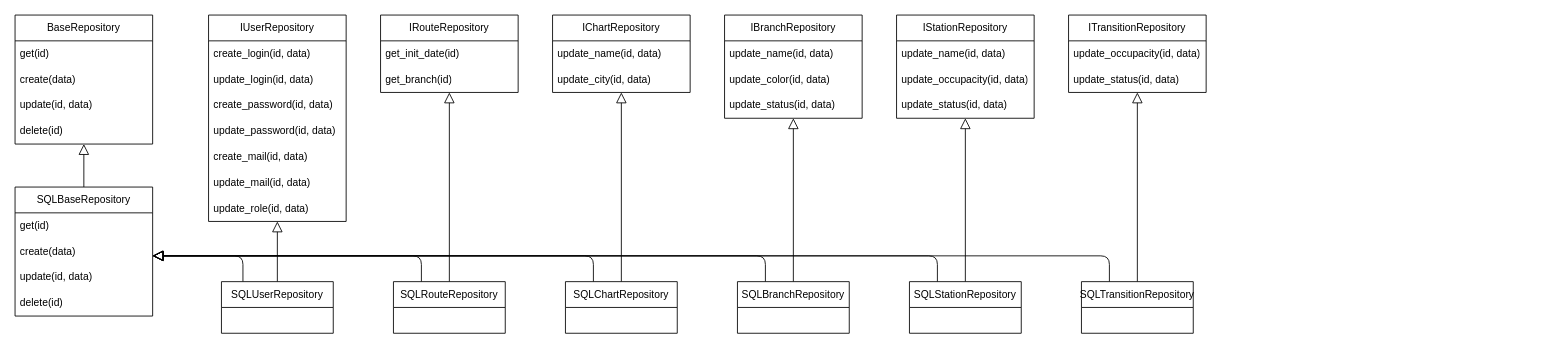
Mihyich/PPO keeps this draw.io diagram as charts/UML_DataAccess.drawio. Above is the earlier version. Source tidied: cells renumbered, new cells numbered last; positions are measured from the earlier drawing's top-left corner, leaving out a move shared by most shapes. Both pictures are drawn from the tidied source at 86%, with x=0, y=0 at pixel (15, 15).
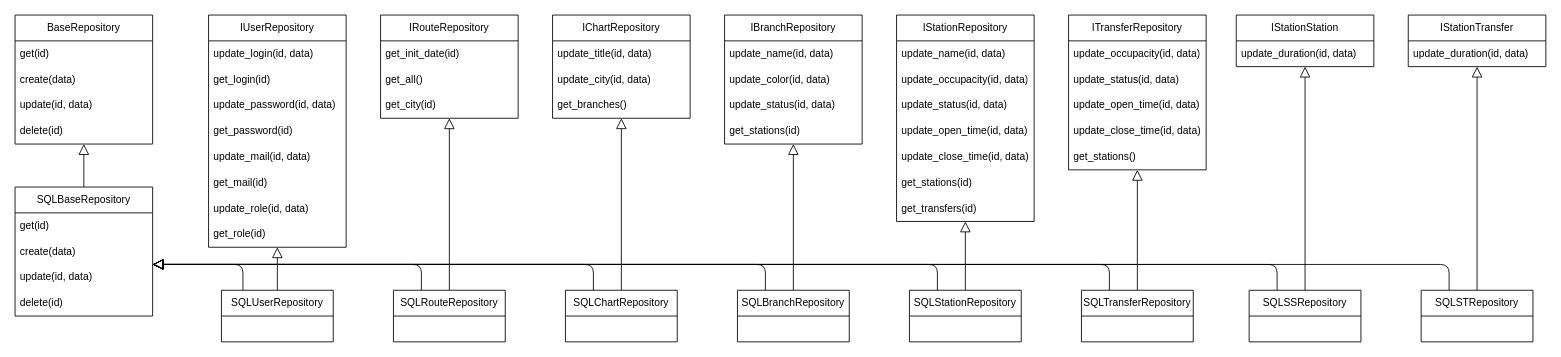
The same page after the edit.

Commit message:
Создана UML даиграмма классов доступа к БД

Unchanged cells that the change refers to:
```xml
<mxCell id="3" value="SQLBaseRepository" style="swimlane;fontStyle=0;horizontal=1;startSize=30;whiteSpace=wrap;html=1;" parent="1" vertex="1">
  <mxGeometry y="200" width="160" height="150" as="geometry" />
</mxCell>
<mxCell id="15" value="update_role(id, data)" style="text;strokeColor=none;fillColor=none;align=left;verticalAlign=middle;spacingLeft=4;spacingRight=4;overflow=hidden;points=[[0,0.5],[1,0.5]];portConstraint=eastwest;whiteSpace=wrap;html=1;" parent="8" vertex="1">
  <mxGeometry y="210" width="160" height="30" as="geometry" />
</mxCell>
<mxCell id="21" value="update_city(id, data)" style="text;strokeColor=none;fillColor=none;align=left;verticalAlign=middle;spacingLeft=4;spacingRight=4;overflow=hidden;points=[[0,0.5],[1,0.5]];portConstraint=eastwest;whiteSpace=wrap;html=1;" parent="19" vertex="1">
  <mxGeometry y="60" width="160" height="30" as="geometry" />
</mxCell>
<mxCell id="25" value="update_status(id, data)" style="text;strokeColor=none;fillColor=none;align=left;verticalAlign=middle;spacingLeft=4;spacingRight=4;overflow=hidden;points=[[0,0.5],[1,0.5]];portConstraint=eastwest;whiteSpace=wrap;html=1;" parent="22" vertex="1">
  <mxGeometry y="90" width="160" height="30" as="geometry" />
</mxCell>
<mxCell id="29" value="update_status(id, data)" style="text;strokeColor=none;fillColor=none;align=left;verticalAlign=middle;spacingLeft=4;spacingRight=4;overflow=hidden;points=[[0,0.5],[1,0.5]];portConstraint=eastwest;whiteSpace=wrap;html=1;" parent="26" vertex="1">
  <mxGeometry y="90" width="160" height="30" as="geometry" />
</mxCell>
<mxCell id="32" value="update_status(id, data)" style="text;strokeColor=none;fillColor=none;align=left;verticalAlign=middle;spacingLeft=4;spacingRight=4;overflow=hidden;points=[[0,0.5],[1,0.5]];portConstraint=eastwest;whiteSpace=wrap;html=1;" parent="30" vertex="1">
  <mxGeometry y="60" width="160" height="30" as="geometry" />
</mxCell>
```

What changed in the source:
```diff
@@
     <mxCell id="8" value="IUserRepository" style="swimlane;fontStyle=0;horizontal=1;startSize=30;whiteSpace=wrap;html=1;" parent="1" vertex="1">
-      <mxGeometry x="225" width="160" height="240" as="geometry" />
+      <mxGeometry x="225" width="160" height="270" as="geometry" />
     </mxCell>
-    <mxCell id="9" value="create_login(id, data)" style="text;strokeColor=none;fillColor=none;align=left;verticalAlign=middle;spacingLeft=4;spacingRight=4;overflow=hidden;whiteSpace=wrap;html=1;" parent="8" vertex="1">
-      <mxGeometry y="30" width="160" height="30" as="geometry" />
-    </mxCell>
     <mxCell id="10" value="update_login(id, data)" style="text;strokeColor=none;fillColor=none;align=left;verticalAlign=middle;spacingLeft=4;spacingRight=4;overflow=hidden;whiteSpace=wrap;html=1;" parent="8" vertex="1">
-      <mxGeometry y="60" width="160" height="30" as="geometry" />
+      <mxGeometry y="30" width="160" height="30" as="geometry" />
     </mxCell>
-    <mxCell id="11" value="create_password(id, data)" style="text;strokeColor=none;fillColor=none;align=left;verticalAlign=middle;spacingLeft=4;spacingRight=4;overflow=hidden;whiteSpace=wrap;html=1;" parent="8" vertex="1">
-      <mxGeometry y="90" width="160" height="30" as="geometry" />
-    </mxCell>
+    <mxCell id="56" value="get_login(id)" style="text;strokeColor=none;fillColor=none;align=left;verticalAlign=middle;spacingLeft=4;spacingRight=4;overflow=hidden;whiteSpace=wrap;html=1;" parent="8" vertex="1">
+      <mxGeometry y="60" width="160" height="30" as="geometry" />
+    </mxCell>
     <mxCell id="12" value="update_password(id, data)" style="text;strokeColor=none;fillColor=none;align=left;verticalAlign=middle;spacingLeft=4;spacingRight=4;overflow=hidden;whiteSpace=wrap;html=1;" parent="8" vertex="1">
-      <mxGeometry y="120" width="160" height="30" as="geometry" />
+      <mxGeometry y="90" width="160" height="30" as="geometry" />
     </mxCell>
-    <mxCell id="13" value="create_mail(id, data)" style="text;strokeColor=none;fillColor=none;align=left;verticalAlign=middle;spacingLeft=4;spacingRight=4;overflow=hidden;whiteSpace=wrap;html=1;" parent="8" vertex="1">
-      <mxGeometry y="150" width="160" height="30" as="geometry" />
-    </mxCell>
+    <mxCell id="57" value="get_password(id)" style="text;strokeColor=none;fillColor=none;align=left;verticalAlign=middle;spacingLeft=4;spacingRight=4;overflow=hidden;whiteSpace=wrap;html=1;" parent="8" vertex="1">
+      <mxGeometry y="120" width="160" height="30" as="geometry" />
+    </mxCell>
     <mxCell id="14" value="update_mail(id, data)" style="text;strokeColor=none;fillColor=none;align=left;verticalAlign=middle;spacingLeft=4;spacingRight=4;overflow=hidden;whiteSpace=wrap;html=1;" parent="8" vertex="1">
-      <mxGeometry y="180" width="160" height="30" as="geometry" />
+      <mxGeometry y="150" width="160" height="30" as="geometry" />
     </mxCell>
+    <mxCell id="58" value="get_mail(id)" style="text;strokeColor=none;fillColor=none;align=left;verticalAlign=middle;spacingLeft=4;spacingRight=4;overflow=hidden;whiteSpace=wrap;html=1;" parent="8" vertex="1">
+      <mxGeometry y="180" width="160" height="30" as="geometry" />
+    </mxCell>
@@
+    <mxCell id="59" value="get_role(id)" style="text;strokeColor=none;fillColor=none;align=left;verticalAlign=middle;spacingLeft=4;spacingRight=4;overflow=hidden;whiteSpace=wrap;html=1;" parent="8" vertex="1">
+      <mxGeometry y="240" width="160" height="30" as="geometry" />
+    </mxCell>
     <mxCell id="16" value="IRouteRepository" style="swimlane;fontStyle=0;horizontal=1;startSize=30;whiteSpace=wrap;html=1;" parent="1" vertex="1">
-      <mxGeometry x="425" width="160" height="90" as="geometry" />
+      <mxGeometry x="425" width="160" height="120" as="geometry" />
     </mxCell>
@@
-    <mxCell id="18" value="get_branch(id)" style="text;strokeColor=none;fillColor=none;align=left;verticalAlign=middle;spacingLeft=4;spacingRight=4;overflow=hidden;points=[[0,0.5],[1,0.5]];portConstraint=eastwest;whiteSpace=wrap;html=1;" parent="16" vertex="1">
+    <mxCell id="18" value="get_all()" style="text;strokeColor=none;fillColor=none;align=left;verticalAlign=middle;spacingLeft=4;spacingRight=4;overflow=hidden;points=[[0,0.5],[1,0.5]];portConstraint=eastwest;whiteSpace=wrap;html=1;" parent="16" vertex="1">
       <mxGeometry y="60" width="160" height="30" as="geometry" />
     </mxCell>
+    <mxCell id="60" value="get_city(id)" style="text;strokeColor=none;fillColor=none;align=left;verticalAlign=middle;spacingLeft=4;spacingRight=4;overflow=hidden;whiteSpace=wrap;html=1;" parent="16" vertex="1">
+      <mxGeometry y="90" width="160" height="30" as="geometry" />
+    </mxCell>
     <mxCell id="19" value="IChartRepository" style="swimlane;fontStyle=0;horizontal=1;startSize=30;whiteSpace=wrap;html=1;" parent="1" vertex="1">
-      <mxGeometry x="625" width="160" height="90" as="geometry" />
+      <mxGeometry x="625" width="160" height="120" as="geometry" />
     </mxCell>
-    <mxCell id="20" value="update_name(id, data)" style="text;strokeColor=none;fillColor=none;align=left;verticalAlign=middle;spacingLeft=4;spacingRight=4;overflow=hidden;whiteSpace=wrap;html=1;" parent="19" vertex="1">
+    <mxCell id="20" value="update_title(id, data)" style="text;strokeColor=none;fillColor=none;align=left;verticalAlign=middle;spacingLeft=4;spacingRight=4;overflow=hidden;whiteSpace=wrap;html=1;" parent="19" vertex="1">
       <mxGeometry y="30" width="160" height="30" as="geometry" />
     </mxCell>
@@
+    <mxCell id="61" value="get_branches()" style="text;strokeColor=none;fillColor=none;align=left;verticalAlign=middle;spacingLeft=4;spacingRight=4;overflow=hidden;whiteSpace=wrap;html=1;" parent="19" vertex="1">
+      <mxGeometry y="90" width="160" height="30" as="geometry" />
+    </mxCell>
     <mxCell id="22" value="IBranchRepository" style="swimlane;fontStyle=0;horizontal=1;startSize=30;whiteSpace=wrap;html=1;" parent="1" vertex="1">
-      <mxGeometry x="825" width="160" height="120" as="geometry" />
+      <mxGeometry x="825" width="160" height="150" as="geometry" />
     </mxCell>
@@
+    <mxCell id="62" value="get_stations(id)" style="text;strokeColor=none;fillColor=none;align=left;verticalAlign=middle;spacingLeft=4;spacingRight=4;overflow=hidden;whiteSpace=wrap;html=1;" parent="22" vertex="1">
+      <mxGeometry y="120" width="160" height="30" as="geometry" />
+    </mxCell>
     <mxCell id="26" value="IStationRepository" style="swimlane;fontStyle=0;horizontal=1;startSize=30;whiteSpace=wrap;html=1;" parent="1" vertex="1">
-      <mxGeometry x="1025" width="160" height="120" as="geometry" />
+      <mxGeometry x="1025" width="160" height="240" as="geometry" />
     </mxCell>
@@
+    <mxCell id="63" value="update_open_time(id, data)" style="text;strokeColor=none;fillColor=none;align=left;verticalAlign=middle;spacingLeft=4;spacingRight=4;overflow=hidden;whiteSpace=wrap;html=1;" parent="26" vertex="1">
+      <mxGeometry y="120" width="160" height="30" as="geometry" />
+    </mxCell>
+    <mxCell id="64" value="update_close_time(id, data)" style="text;strokeColor=none;fillColor=none;align=left;verticalAlign=middle;spacingLeft=4;spacingRight=4;overflow=hidden;whiteSpace=wrap;html=1;" parent="26" vertex="1">
+      <mxGeometry y="150" width="160" height="30" as="geometry" />
+    </mxCell>
+    <mxCell id="65" value="get_stations(id)" style="text;strokeColor=none;fillColor=none;align=left;verticalAlign=middle;spacingLeft=4;spacingRight=4;overflow=hidden;whiteSpace=wrap;html=1;" parent="26" vertex="1">
+      <mxGeometry y="180" width="160" height="30" as="geometry" />
+    </mxCell>
+    <mxCell id="66" value="get_transfers(id)" style="text;strokeColor=none;fillColor=none;align=left;verticalAlign=middle;spacingLeft=4;spacingRight=4;overflow=hidden;whiteSpace=wrap;html=1;" parent="26" vertex="1">
+      <mxGeometry y="210" width="160" height="30" as="geometry" />
+    </mxCell>
-    <mxCell id="30" value="ITransitionRepository" style="swimlane;fontStyle=0;horizontal=1;startSize=30;whiteSpace=wrap;html=1;" parent="1" vertex="1">
-      <mxGeometry x="1225" width="160" height="90" as="geometry" />
+    <mxCell id="30" value="ITransferRepository" style="swimlane;fontStyle=0;horizontal=1;startSize=30;whiteSpace=wrap;html=1;" parent="1" vertex="1">
+      <mxGeometry x="1225" width="160" height="180" as="geometry" />
     </mxCell>
@@
+    <mxCell id="67" value="&lt;span style=&quot;color: rgb(0, 0, 0); font-family: Helvetica; font-size: 12px; font-style: normal; font-variant-ligatures: normal; font-variant-caps: normal; font-weight: 400; letter-spacing: normal; orphans: 2; text-align: left; text-indent: 0px; text-transform: none; widows: 2; word-spacing: 0px; -webkit-text-stroke-width: 0px; white-space: normal; background-color: rgb(251, 251, 251); text-decoration-thickness: initial; text-decoration-style: initial; text-decoration-color: initial; display: inline !important; float: none;&quot;&gt;update_open_time(id, data)&lt;/span&gt;" style="text;strokeColor=none;fillColor=none;align=left;verticalAlign=middle;spacingLeft=4;spacingRight=4;overflow=hidden;whiteSpace=wrap;html=1;" parent="30" vertex="1">
+      <mxGeometry y="90" width="160" height="30" as="geometry" />
+    </mxCell>
+    <mxCell id="68" value="&lt;span style=&quot;color: rgb(0, 0, 0); font-family: Helvetica; font-size: 12px; font-style: normal; font-variant-ligatures: normal; font-variant-caps: normal; font-weight: 400; letter-spacing: normal; orphans: 2; text-align: left; text-indent: 0px; text-transform: none; widows: 2; word-spacing: 0px; -webkit-text-stroke-width: 0px; white-space: normal; background-color: rgb(251, 251, 251); text-decoration-thickness: initial; text-decoration-style: initial; text-decoration-color: initial; display: inline !important; float: none;&quot;&gt;update_close_time(id, data)&lt;/span&gt;" style="text;strokeColor=none;fillColor=none;align=left;verticalAlign=middle;spacingLeft=4;spacingRight=4;overflow=hidden;whiteSpace=wrap;html=1;" parent="30" vertex="1">
+      <mxGeometry y="120" width="160" height="30" as="geometry" />
+    </mxCell>
+    <mxCell id="69" value="get_stations()" style="text;strokeColor=none;fillColor=none;align=left;verticalAlign=middle;spacingLeft=4;spacingRight=4;overflow=hidden;whiteSpace=wrap;html=1;" parent="30" vertex="1">
+      <mxGeometry y="150" width="160" height="30" as="geometry" />
+    </mxCell>
-    <mxCell id="33" style="edgeStyle=none;html=1;exitX=0.5;exitY=0;exitDx=0;exitDy=0;endArrow=block;endFill=0;endSize=10;" parent="1" edge="1" source="35" target="15">
+    <mxCell id="33" style="edgeStyle=none;html=1;exitX=0.5;exitY=0;exitDx=0;exitDy=0;endArrow=block;endFill=0;endSize=10;" parent="1" edge="1" source="35" target="8">
       <mxGeometry relative="1" as="geometry" />
     </mxCell>
     <mxCell id="34" style="edgeStyle=orthogonalEdgeStyle;html=1;endArrow=block;endFill=0;endSize=10;" parent="1" edge="1">
       <mxGeometry relative="1" as="geometry">
-        <mxPoint x="265" y="310" as="sourcePoint" />
-        <mxPoint x="160" y="280" as="targetPoint" />
+        <mxPoint x="265" y="320" as="sourcePoint" />
+        <mxPoint x="160" y="290" as="targetPoint" />
         <Array as="points">
-          <mxPoint x="265" y="280" />
+          <mxPoint x="265" y="290" />
         </Array>
       </mxGeometry>
     </mxCell>
     <mxCell id="35" value="SQLUserRepository" style="swimlane;fontStyle=0;horizontal=1;startSize=30;whiteSpace=wrap;html=1;" parent="1" vertex="1">
-      <mxGeometry x="240" y="310" width="130" height="60" as="geometry" />
+      <mxGeometry x="240" y="320" width="130" height="60" as="geometry" />
     </mxCell>
-    <mxCell id="36" style="edgeStyle=none;html=1;exitX=0.5;exitY=0;exitDx=0;exitDy=0;endArrow=block;endFill=0;endSize=10;" parent="1" edge="1" source="38" target="18">
+    <mxCell id="36" style="edgeStyle=none;html=1;exitX=0.5;exitY=0;exitDx=0;exitDy=0;endArrow=block;endFill=0;endSize=10;" parent="1" edge="1" source="38" target="16">
       <mxGeometry relative="1" as="geometry" />
     </mxCell>
     <mxCell id="37" style="edgeStyle=orthogonalEdgeStyle;html=1;exitX=0.25;exitY=0;exitDx=0;exitDy=0;endArrow=block;endFill=0;endSize=10;" parent="1" edge="1" source="38" target="3">
       <mxGeometry relative="1" as="geometry">
         <Array as="points">
-          <mxPoint x="473" y="280" />
+          <mxPoint x="473" y="290" />
         </Array>
       </mxGeometry>
     </mxCell>
     <mxCell id="38" value="SQLRouteRepository" style="swimlane;fontStyle=0;horizontal=1;startSize=30;whiteSpace=wrap;html=1;" parent="1" vertex="1">
-      <mxGeometry x="440" y="310" width="130" height="60" as="geometry" />
+      <mxGeometry x="440" y="320" width="130" height="60" as="geometry" />
     </mxCell>
-    <mxCell id="39" style="edgeStyle=none;html=1;exitX=0.5;exitY=0;exitDx=0;exitDy=0;endArrow=block;endFill=0;endSize=10;" parent="1" edge="1" source="41" target="21">
+    <mxCell id="39" style="edgeStyle=none;html=1;exitX=0.5;exitY=0;exitDx=0;exitDy=0;endArrow=block;endFill=0;endSize=10;" parent="1" edge="1" source="41" target="19">
       <mxGeometry relative="1" as="geometry" />
     </mxCell>
     <mxCell id="40" style="edgeStyle=orthogonalEdgeStyle;html=1;exitX=0.25;exitY=0;exitDx=0;exitDy=0;endArrow=block;endFill=0;endSize=10;" parent="1" edge="1" source="41" target="3">
       <mxGeometry relative="1" as="geometry">
         <Array as="points">
-          <mxPoint x="673" y="280" />
+          <mxPoint x="673" y="290" />
         </Array>
       </mxGeometry>
     </mxCell>
     <mxCell id="41" value="SQLChartRepository" style="swimlane;fontStyle=0;horizontal=1;startSize=30;whiteSpace=wrap;html=1;" parent="1" vertex="1">
-      <mxGeometry x="640" y="310" width="130" height="60" as="geometry" />
+      <mxGeometry x="640" y="320" width="130" height="60" as="geometry" />
     </mxCell>
-    <mxCell id="42" style="edgeStyle=none;html=1;exitX=0.5;exitY=0;exitDx=0;exitDy=0;endArrow=block;endFill=0;endSize=10;" parent="1" edge="1" source="44" target="25">
+    <mxCell id="42" style="edgeStyle=none;html=1;exitX=0.5;exitY=0;exitDx=0;exitDy=0;endArrow=block;endFill=0;endSize=10;" parent="1" edge="1" source="44" target="22">
       <mxGeometry relative="1" as="geometry" />
     </mxCell>
     <mxCell id="43" style="edgeStyle=orthogonalEdgeStyle;html=1;exitX=0.25;exitY=0;exitDx=0;exitDy=0;endArrow=block;endFill=0;endSize=10;" parent="1" edge="1" source="44" target="3">
       <mxGeometry relative="1" as="geometry">
         <Array as="points">
-          <mxPoint x="873" y="280" />
+          <mxPoint x="873" y="290" />
         </Array>
       </mxGeometry>
     </mxCell>
     <mxCell id="44" value="SQLBranchRepository" style="swimlane;fontStyle=0;horizontal=1;startSize=30;whiteSpace=wrap;html=1;" parent="1" vertex="1">
-      <mxGeometry x="840" y="310" width="130" height="60" as="geometry" />
+      <mxGeometry x="840" y="320" width="130" height="60" as="geometry" />
     </mxCell>
-    <mxCell id="45" style="edgeStyle=none;html=1;exitX=0.5;exitY=0;exitDx=0;exitDy=0;endArrow=block;endFill=0;endSize=10;" parent="1" edge="1" source="47" target="29">
+    <mxCell id="45" style="edgeStyle=none;html=1;exitX=0.5;exitY=0;exitDx=0;exitDy=0;endArrow=block;endFill=0;endSize=10;" parent="1" edge="1" source="47" target="26">
       <mxGeometry relative="1" as="geometry" />
     </mxCell>
     <mxCell id="46" style="edgeStyle=orthogonalEdgeStyle;html=1;exitX=0.25;exitY=0;exitDx=0;exitDy=0;endArrow=block;endFill=0;endSize=10;" parent="1" edge="1" source="47" target="3">
       <mxGeometry relative="1" as="geometry">
         <Array as="points">
-          <mxPoint x="1073" y="280" />
+          <mxPoint x="1073" y="290" />
         </Array>
       </mxGeometry>
     </mxCell>
     <mxCell id="47" value="SQLStationRepository" style="swimlane;fontStyle=0;horizontal=1;startSize=30;whiteSpace=wrap;html=1;" parent="1" vertex="1">
-      <mxGeometry x="1040" y="310" width="130" height="60" as="geometry" />
+      <mxGeometry x="1040" y="320" width="130" height="60" as="geometry" />
     </mxCell>
-    <mxCell id="48" style="edgeStyle=none;html=1;exitX=0.5;exitY=0;exitDx=0;exitDy=0;endArrow=block;endFill=0;endSize=10;" parent="1" edge="1" source="50" target="32">
+    <mxCell id="48" style="edgeStyle=none;html=1;exitX=0.5;exitY=0;exitDx=0;exitDy=0;endArrow=block;endFill=0;endSize=10;" parent="1" edge="1" source="50" target="30">
       <mxGeometry relative="1" as="geometry" />
     </mxCell>
     <mxCell id="49" style="edgeStyle=orthogonalEdgeStyle;html=1;exitX=0.25;exitY=0;exitDx=0;exitDy=0;endArrow=block;endFill=0;endSize=10;" parent="1" edge="1" source="50" target="3">
       <mxGeometry relative="1" as="geometry">
         <Array as="points">
-          <mxPoint x="1273" y="280" />
+          <mxPoint x="1273" y="290" />
         </Array>
       </mxGeometry>
     </mxCell>
-    <mxCell id="50" value="SQLTransitionRepository" style="swimlane;fontStyle=0;horizontal=1;startSize=30;whiteSpace=wrap;html=1;" parent="1" vertex="1">
-      <mxGeometry x="1240" y="310" width="130" height="60" as="geometry" />
+    <mxCell id="50" value="SQLTransferRepository" style="swimlane;fontStyle=0;horizontal=1;startSize=30;whiteSpace=wrap;html=1;" parent="1" vertex="1">
+      <mxGeometry x="1240" y="320" width="130" height="60" as="geometry" />
     </mxCell>
@@
+    <mxCell id="70" value="IStationStation" style="swimlane;fontStyle=0;horizontal=1;startSize=30;whiteSpace=wrap;html=1;" parent="1" vertex="1">
+      <mxGeometry x="1420" width="160" height="60" as="geometry" />
+    </mxCell>
+    <mxCell id="71" value="update_duration(id, data)" style="text;strokeColor=none;fillColor=none;align=left;verticalAlign=middle;spacingLeft=4;spacingRight=4;overflow=hidden;whiteSpace=wrap;html=1;" parent="70" vertex="1">
+      <mxGeometry y="30" width="160" height="30" as="geometry" />
+    </mxCell>
+    <mxCell id="72" value="IStationTransfer" style="swimlane;fontStyle=0;horizontal=1;startSize=30;whiteSpace=wrap;html=1;" parent="1" vertex="1">
+      <mxGeometry x="1620" width="160" height="60" as="geometry" />
+    </mxCell>
+    <mxCell id="73" value="&lt;span style=&quot;color: rgb(0, 0, 0);&quot;&gt;update_duration(id, data)&lt;/span&gt;" style="text;strokeColor=none;fillColor=none;align=left;verticalAlign=middle;spacingLeft=4;spacingRight=4;overflow=hidden;whiteSpace=wrap;html=1;" parent="72" vertex="1">
+      <mxGeometry y="30" width="160" height="30" as="geometry" />
+    </mxCell>
+    <mxCell id="74" style="edgeStyle=none;html=1;exitX=0.5;exitY=0;exitDx=0;exitDy=0;endSize=10;endArrow=block;endFill=0;" parent="1" edge="1" source="76" target="70">
+      <mxGeometry relative="1" as="geometry" />
+    </mxCell>
+    <mxCell id="75" style="edgeStyle=orthogonalEdgeStyle;html=1;exitX=0.25;exitY=0;exitDx=0;exitDy=0;endArrow=block;endFill=0;endSize=10;" parent="1" edge="1" source="76">
+      <mxGeometry relative="1" as="geometry">
+        <mxPoint x="160" y="290" as="targetPoint" />
+        <Array as="points">
+          <mxPoint x="1467" y="290" />
+        </Array>
+      </mxGeometry>
+    </mxCell>
+    <mxCell id="76" value="SQLSSRepository" style="swimlane;fontStyle=0;horizontal=1;startSize=30;whiteSpace=wrap;html=1;" parent="1" vertex="1">
+      <mxGeometry x="1435" y="320" width="130" height="60" as="geometry" />
+    </mxCell>
+    <mxCell id="77" style="edgeStyle=none;html=1;endArrow=block;endFill=0;endSize=10;" parent="1" edge="1" source="79" target="72">
+      <mxGeometry relative="1" as="geometry" />
+    </mxCell>
+    <mxCell id="78" style="edgeStyle=orthogonalEdgeStyle;html=1;exitX=0.25;exitY=0;exitDx=0;exitDy=0;endArrow=block;endFill=0;endSize=10;" parent="1" edge="1" source="79">
+      <mxGeometry relative="1" as="geometry">
+        <mxPoint x="160" y="290" as="targetPoint" />
+        <Array as="points">
+          <mxPoint x="1667" y="290" />
+        </Array>
+      </mxGeometry>
+    </mxCell>
+    <mxCell id="79" value="SQLSTRepository" style="swimlane;fontStyle=0;horizontal=1;startSize=30;whiteSpace=wrap;html=1;" parent="1" vertex="1">
+      <mxGeometry x="1635" y="320" width="130" height="60" as="geometry" />
+    </mxCell>
```
